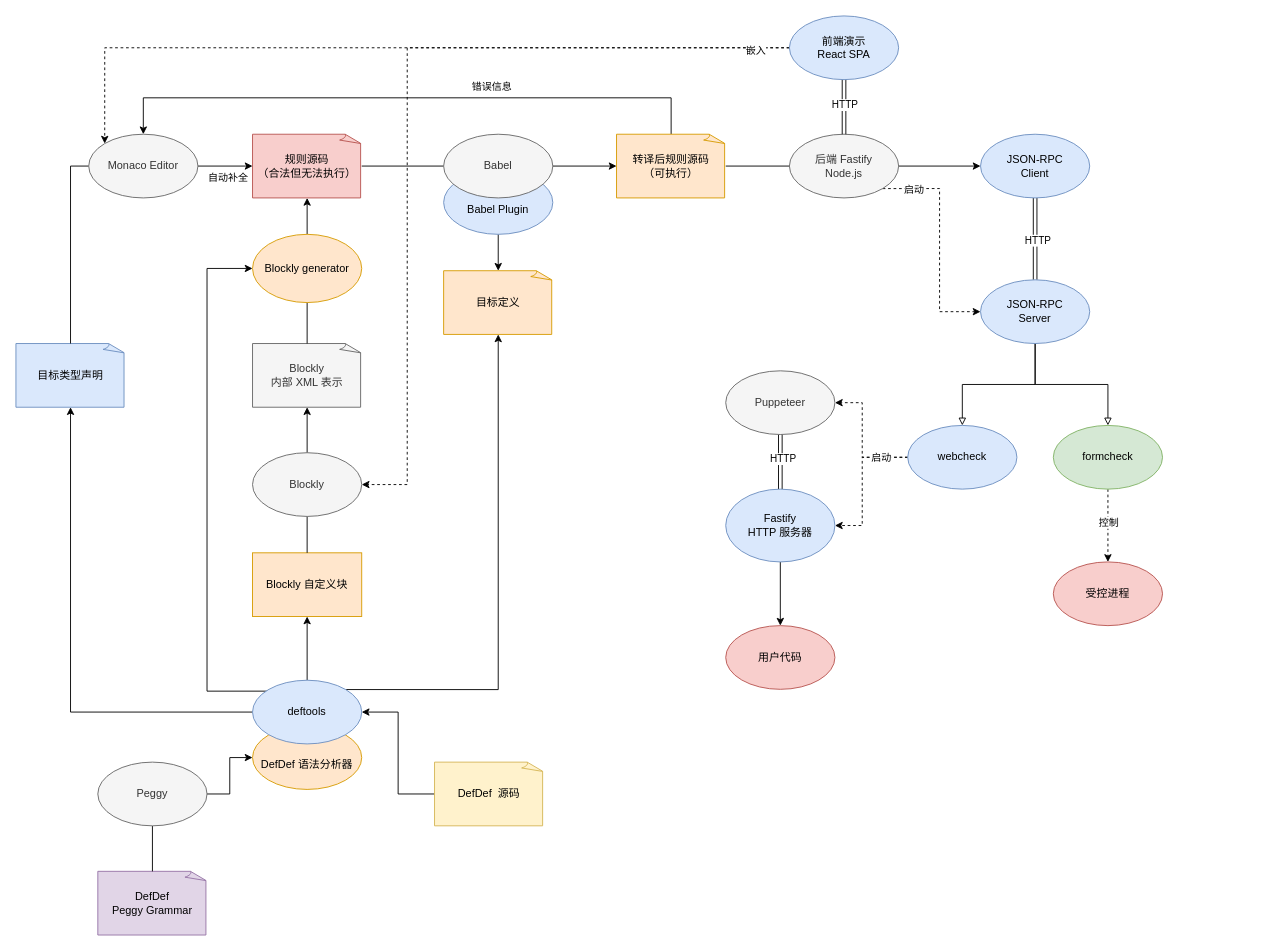
Above: docs/structure.drawio in guyutongxue/Graduation_Project (draw.io), before the change. Source tidied: cells renumbered, new cells numbered last; positions are measured from the earlier drawing's top-left corner, leaving out a move shared by most shapes. Both pictures are drawn from the tidied source at 91%, with x=0, y=0 at pixel (15, 15).
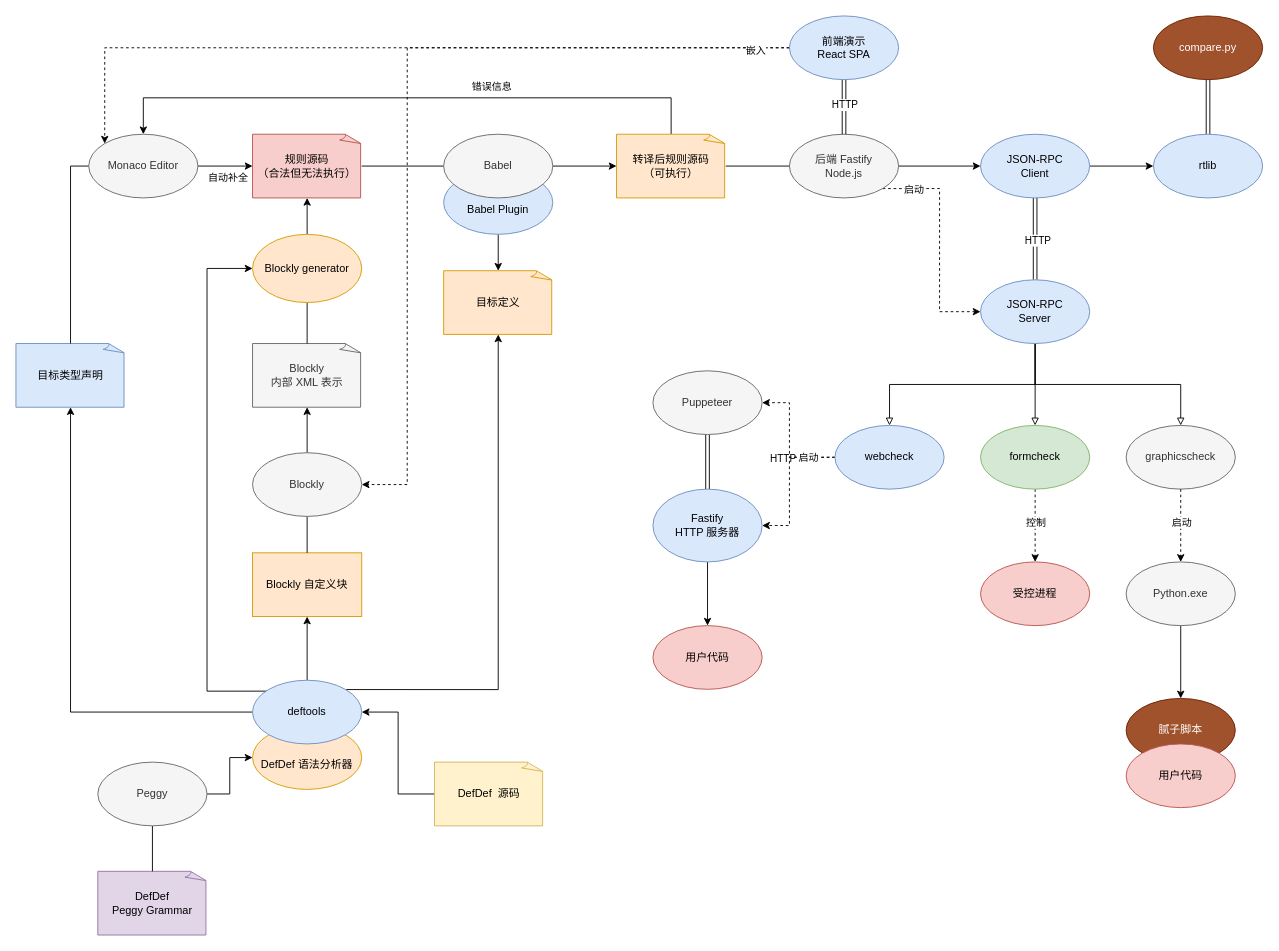
The same diagram, later.

Unchanged cells that the change refers to:
```xml
<mxCell id="58" value="JSON-RPC&lt;br&gt;Client" style="ellipse;whiteSpace=wrap;html=1;fillColor=#dae8fc;strokeColor=#6c8ebf;" parent="1" vertex="1">
  <mxGeometry x="1060" y="130" width="120" height="70" as="geometry" />
</mxCell>
<mxCell id="59" value="JSON-RPC&lt;br&gt;Server" style="ellipse;whiteSpace=wrap;html=1;fillColor=#dae8fc;strokeColor=#6c8ebf;" parent="1" vertex="1">
  <mxGeometry x="1060" y="290" width="120" height="70" as="geometry" />
</mxCell>
```

Change to the diagram source:
```diff
@@
     <mxCell id="53" style="edgeStyle=orthogonalEdgeStyle;rounded=0;jettySize=auto;html=1;exitX=0;exitY=0.5;exitDx=0;exitDy=0;entryX=1;entryY=0.5;entryDx=0;entryDy=0;dashed=1;" parent="1" edge="1" source="60" target="64">
       <mxGeometry relative="1" as="geometry">
         <Array as="points">
-          <mxPoint x="930" y="485" />
-          <mxPoint x="930" y="425" />
+          <mxPoint x="850" y="485" />
+          <mxPoint x="850" y="425" />
         </Array>
       </mxGeometry>
     </mxCell>
     <mxCell id="54" style="edgeStyle=orthogonalEdgeStyle;rounded=0;jettySize=auto;html=1;exitX=0;exitY=0.5;exitDx=0;exitDy=0;entryX=1;entryY=0.5;entryDx=0;entryDy=0;dashed=1;" parent="1" edge="1" source="60" target="66">
       <mxGeometry relative="1" as="geometry">
         <Array as="points">
-          <mxPoint x="930" y="485" />
-          <mxPoint x="930" y="560" />
+          <mxPoint x="850" y="485" />
+          <mxPoint x="850" y="560" />
         </Array>
       </mxGeometry>
     </mxCell>
@@
+    <mxCell id="68" style="edgeStyle=orthogonalEdgeStyle;rounded=0;jettySize=auto;html=1;exitX=1;exitY=0.5;exitDx=0;exitDy=0;entryX=0;entryY=0.5;entryDx=0;entryDy=0;endArrow=classic;endFill=1;" parent="1" edge="1" source="58" target="78">
+      <mxGeometry relative="1" as="geometry" />
+    </mxCell>
@@
+    <mxCell id="69" style="edgeStyle=orthogonalEdgeStyle;rounded=0;jettySize=auto;html=1;exitX=0.5;exitY=1;exitDx=0;exitDy=0;endArrow=block;endFill=0;" parent="1" edge="1" source="59" target="70">
+      <mxGeometry relative="1" as="geometry" />
+    </mxCell>
@@
     <mxCell id="60" value="webcheck" style="ellipse;whiteSpace=wrap;html=1;fillColor=#dae8fc;strokeColor=#6c8ebf;" parent="1" vertex="1">
-      <mxGeometry x="980" y="450" width="120" height="70" as="geometry" />
+      <mxGeometry x="900" y="450" width="120" height="70" as="geometry" />
     </mxCell>
     <mxCell id="61" value="formcheck" style="ellipse;whiteSpace=wrap;html=1;fillColor=#d5e8d4;strokeColor=#82b366;" parent="1" vertex="1">
-      <mxGeometry x="1140" y="450" width="120" height="70" as="geometry" />
+      <mxGeometry x="1060" y="450" width="120" height="70" as="geometry" />
     </mxCell>
     <mxCell id="62" value="受控进程" style="ellipse;whiteSpace=wrap;html=1;fillColor=#f8cecc;strokeColor=#b85450;" parent="1" vertex="1">
-      <mxGeometry x="1140" y="600" width="120" height="70" as="geometry" />
+      <mxGeometry x="1060" y="600" width="120" height="70" as="geometry" />
     </mxCell>
@@
     <mxCell id="64" value="Puppeteer" style="ellipse;whiteSpace=wrap;html=1;fillColor=#f5f5f5;fontColor=#333333;strokeColor=#666666;" parent="1" vertex="1">
-      <mxGeometry x="780" y="390" width="120" height="70" as="geometry" />
+      <mxGeometry x="700" y="390" width="120" height="70" as="geometry" />
     </mxCell>
@@
     <mxCell id="66" value="Fastify&lt;br style=&quot;border-color: var(--border-color);&quot;&gt;HTTP 服务器" style="ellipse;whiteSpace=wrap;html=1;fillColor=#dae8fc;strokeColor=#6c8ebf;" parent="1" vertex="1">
-      <mxGeometry x="780" y="520" width="120" height="80" as="geometry" />
+      <mxGeometry x="700" y="520" width="120" height="80" as="geometry" />
     </mxCell>
     <mxCell id="67" value="用户代码" style="ellipse;whiteSpace=wrap;html=1;fillColor=#f8cecc;strokeColor=#b85450;" parent="1" vertex="1">
-      <mxGeometry x="780" y="670" width="120" height="70" as="geometry" />
+      <mxGeometry x="700" y="670" width="120" height="70" as="geometry" />
     </mxCell>
+    <mxCell id="70" value="graphicscheck" style="ellipse;whiteSpace=wrap;html=1;fillColor=#f5f5f5;strokeColor=#666666;fontColor=#333333;" parent="1" vertex="1">
+      <mxGeometry x="1220" y="450" width="120" height="70" as="geometry" />
+    </mxCell>
+    <mxCell id="71" style="edgeStyle=orthogonalEdgeStyle;rounded=0;jettySize=auto;html=1;exitX=0.5;exitY=1;exitDx=0;exitDy=0;entryX=0.5;entryY=0;entryDx=0;entryDy=0;endArrow=classic;endFill=1;" parent="1" edge="1" source="72" target="75">
+      <mxGeometry relative="1" as="geometry" />
+    </mxCell>
+    <mxCell id="72" value="Python.exe" style="ellipse;whiteSpace=wrap;html=1;fillColor=#f5f5f5;strokeColor=#666666;fontColor=#333333;" parent="1" vertex="1">
+      <mxGeometry x="1220" y="600" width="120" height="70" as="geometry" />
+    </mxCell>
+    <mxCell id="73" style="edgeStyle=orthogonalEdgeStyle;rounded=0;jettySize=auto;html=1;dashed=1;exitX=0.5;exitY=1;exitDx=0;exitDy=0;entryX=0.5;entryY=0;entryDx=0;entryDy=0;" parent="1" edge="1" source="70" target="72">
+      <mxGeometry relative="1" as="geometry">
+        <Array as="points">
+          <mxPoint x="1280" y="570" />
+          <mxPoint x="1280" y="570" />
+        </Array>
+      </mxGeometry>
+    </mxCell>
+    <mxCell id="74" value="启动" style="edgeLabel;html=1;align=center;verticalAlign=middle;" parent="73" vertex="1">
+      <mxGeometry x="0.24" y="-3" relative="1" as="geometry">
+        <mxPoint x="3" y="-14" as="offset" />
+      </mxGeometry>
+    </mxCell>
+    <mxCell id="75" value="腻子脚本" style="ellipse;whiteSpace=wrap;html=1;fillColor=#a0522d;fontColor=#ffffff;strokeColor=#6D1F00;" parent="1" vertex="1">
+      <mxGeometry x="1220" y="750" width="120" height="70" as="geometry" />
+    </mxCell>
+    <mxCell id="76" value="用户代码" style="ellipse;whiteSpace=wrap;html=1;fillColor=#f8cecc;strokeColor=#b85450;" parent="1" vertex="1">
+      <mxGeometry x="1220" y="800" width="120" height="70" as="geometry" />
+    </mxCell>
+    <mxCell id="77" style="edgeStyle=orthogonalEdgeStyle;rounded=0;jettySize=auto;html=1;entryX=0.5;entryY=1;entryDx=0;entryDy=0;endArrow=classic;endFill=1;shape=link;" parent="1" edge="1" source="78" target="79">
+      <mxGeometry relative="1" as="geometry" />
+    </mxCell>
+    <mxCell id="78" value="rtlib" style="ellipse;whiteSpace=wrap;html=1;fillColor=#dae8fc;strokeColor=#6c8ebf;" parent="1" vertex="1">
+      <mxGeometry x="1250" y="130" width="120" height="70" as="geometry" />
+    </mxCell>
+    <mxCell id="79" value="compare.py" style="ellipse;whiteSpace=wrap;html=1;fillColor=#a0522d;fontColor=#ffffff;strokeColor=#6D1F00;" parent="1" vertex="1">
+      <mxGeometry x="1250" width="120" height="70" as="geometry" />
+    </mxCell>
```
